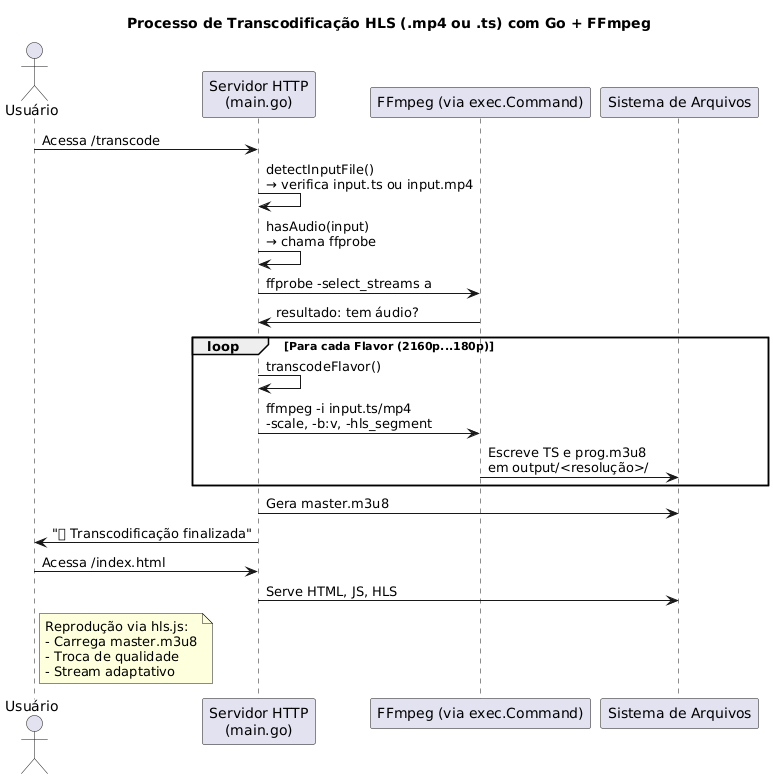
Earlier version of the PlantUML export flow.png (brunojcamargo/transcoder).
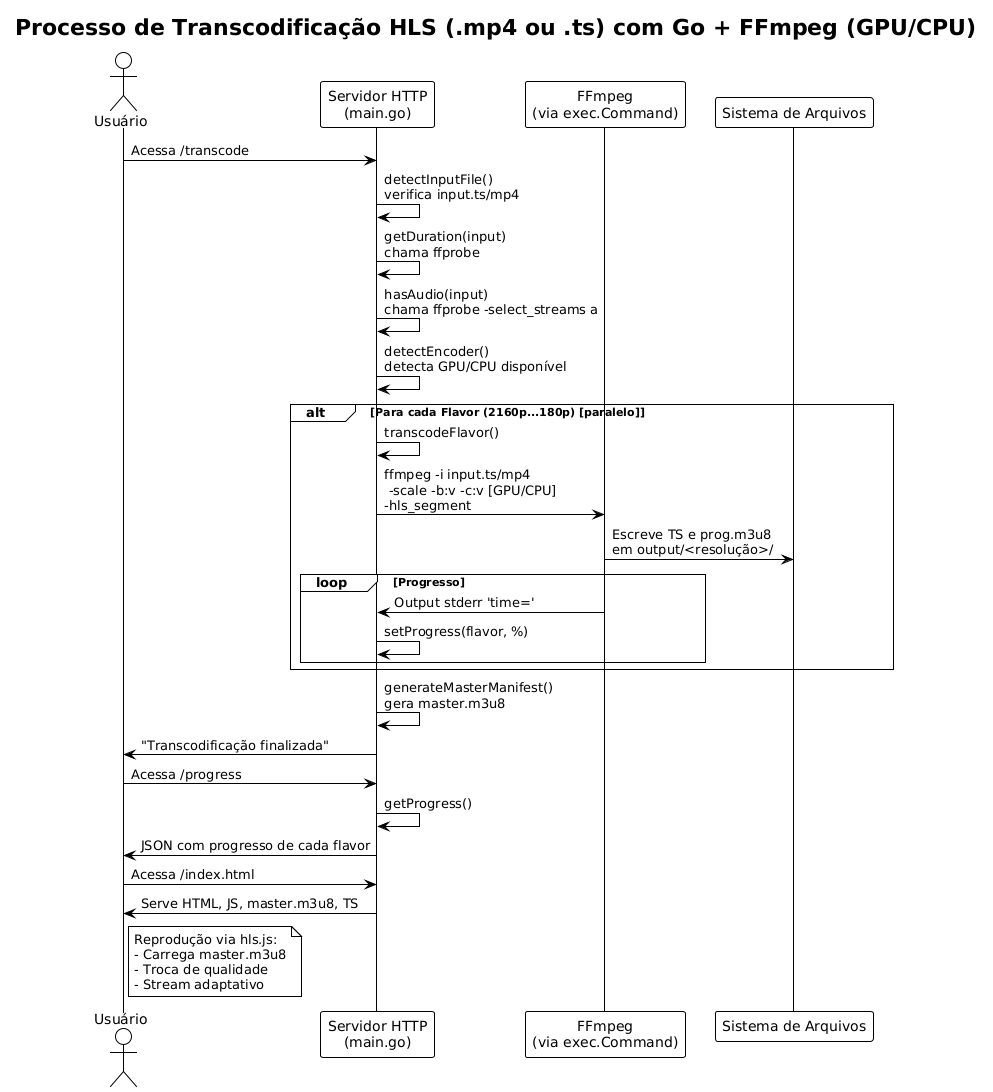
The same file after the commit.

The edit, as a diff of the source:
```diff
@@ -1,29 +1,40 @@
 @startuml
-title Processo de Transcodificação HLS (.mp4 ou .ts) com Go + FFmpeg
+!theme plain
+
+title Processo de Transcodificação HLS (.mp4 ou .ts) com Go + FFmpeg (GPU/CPU)
 
 actor Usuário
-participant "Servidor HTTP\n(main.go)" as Server
-participant "FFmpeg (via exec.Command)" as FFmpeg
+
+participant "Servidor HTTP\n(main.go)" as HTTP
+participant "FFmpeg\n(via exec.Command)" as FF
 participant "Sistema de Arquivos" as FS
 
-Usuário -> Server : Acessa /transcode
-Server -> Server : detectInputFile()\n→ verifica input.ts ou input.mp4
-Server -> Server : hasAudio(input)\n→ chama ffprobe
-Server -> FFmpeg : ffprobe -select_streams a
-FFmpeg -> Server : resultado: tem áudio?
+Usuário -> HTTP : Acessa /transcode
+HTTP -> HTTP : detectInputFile()\nverifica input.ts/mp4
+HTTP -> HTTP : getDuration(input)\nchama ffprobe
+HTTP -> HTTP : hasAudio(input)\nchama ffprobe -select_streams a
+HTTP -> HTTP : detectEncoder()\ndetecta GPU/CPU disponível
 
-loop Para cada Flavor (2160p...180p)
-    Server -> Server : transcodeFlavor()
-    Server -> FFmpeg : ffmpeg -i input.ts/mp4\n-scale, -b:v, -hls_segment
-    FFmpeg -> FS : Escreve TS e prog.m3u8\nem output/<resolução>/
+alt Para cada Flavor (2160p...180p) [paralelo]
+    HTTP -> HTTP : transcodeFlavor()
+    HTTP -> FF : ffmpeg -i input.ts/mp4 \n -scale -b:v -c:v [GPU/CPU] \n-hls_segment
+    FF -> FS : Escreve TS e prog.m3u8\nem output/<resolução>/
+    loop Progresso
+        FF -> HTTP : Output stderr 'time='
+        HTTP -> HTTP : setProgress(flavor, %)
+    end
 end
 
-Server -> FS : Gera master.m3u8
+HTTP -> HTTP : generateMasterManifest()\ngera master.m3u8
 
-Server -> Usuário : "✅ Transcodificação finalizada"
+HTTP -> Usuário : "Transcodificação finalizada"
 
-Usuário -> Server : Acessa /index.html
-Server -> FS : Serve HTML, JS, HLS
+Usuário -> HTTP : Acessa /progress
+HTTP -> HTTP : getProgress()
+HTTP -> Usuário : JSON com progresso de cada flavor
+
+Usuário -> HTTP : Acessa /index.html
+HTTP -> Usuário : Serve HTML, JS, master.m3u8, TS
 
 note right of Usuário
 Reprodução via hls.js:
```
